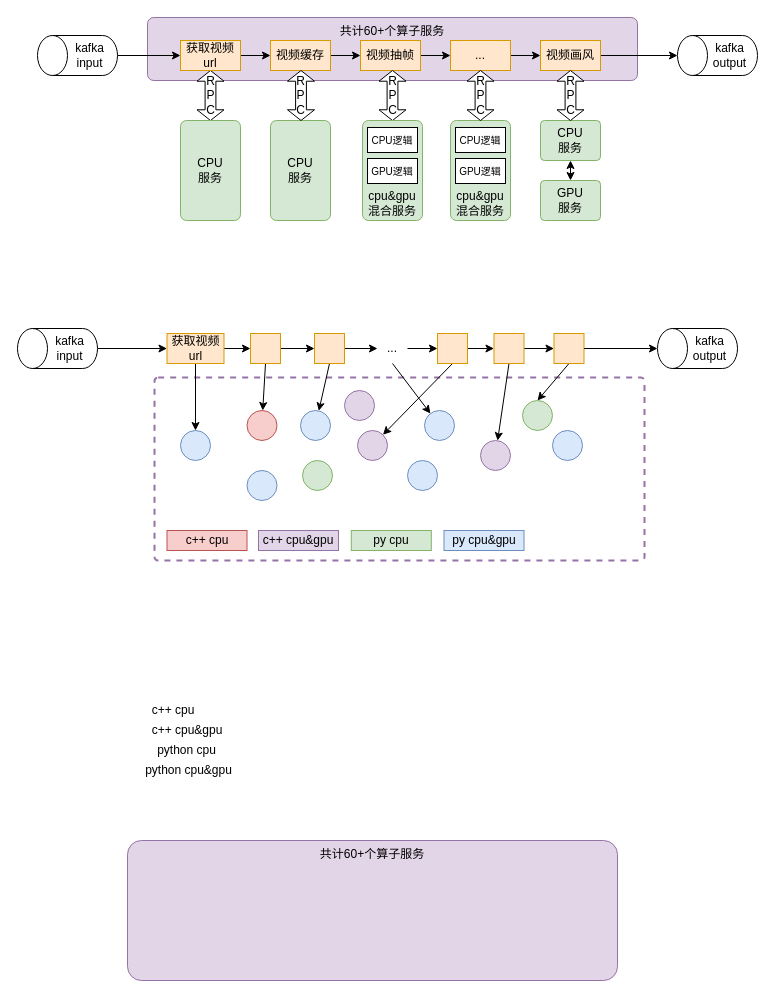
Earlier version of the draw.io diagram page "第 6 页" (6 of 7) of 视频理解架构.drawio (yantao006/draw_io). Source tidied: cells renumbered, new cells numbered last; positions are measured from the earlier drawing's top-left corner, leaving out a move shared by most shapes. Both pictures are drawn from the tidied source at 100%, with x=0, y=0 at pixel (17, 17).
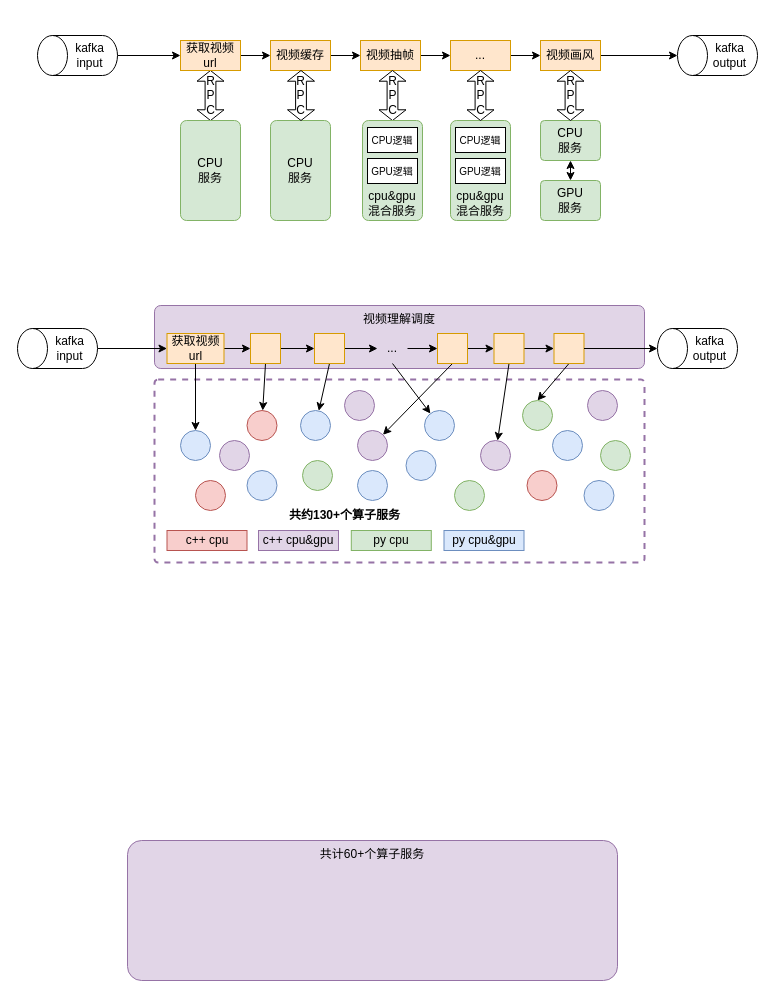
The same diagram, later.

Commit message:
更新视频理解架构.drawio

Change to the diagram source:
```diff
@@
     <mxCell id="2" style="rounded=1;whiteSpace=wrap;html=1;arcSize=2;fillColor=default;strokeColor=#9673a6;verticalAlign=top;dashed=1;strokeWidth=2;" parent="1" vertex="1">
-      <mxGeometry x="137" y="360" width="490" height="183" as="geometry" />
+      <mxGeometry x="137" y="362" width="490" height="183" as="geometry" />
     </mxCell>
-    <mxCell id="3" value="共计60+个算子服务" style="rounded=1;whiteSpace=wrap;html=1;arcSize=10;fillColor=#e1d5e7;strokeColor=#9673a6;verticalAlign=top;" parent="1" vertex="1">
-      <mxGeometry x="130" width="490" height="63" as="geometry" />
+    <mxCell id="3" value="视频理解调度" style="rounded=1;whiteSpace=wrap;html=1;arcSize=10;fillColor=#e1d5e7;strokeColor=#9673a6;verticalAlign=top;" parent="1" vertex="1">
+      <mxGeometry x="137" y="288" width="490" height="63" as="geometry" />
     </mxCell>
@@
-    <mxCell id="68" value="c++ cpu" style="text;html=1;align=center;verticalAlign=middle;whiteSpace=wrap;rounded=0;" parent="1" vertex="1">
-      <mxGeometry x="129.2" y="683" width="53.5" height="20" as="geometry" />
-    </mxCell>
-    <mxCell id="69" value="c++ cpu&amp;amp;gpu" style="text;html=1;align=center;verticalAlign=middle;whiteSpace=wrap;rounded=0;" parent="1" vertex="1">
-      <mxGeometry x="123.2" y="703" width="93.5" height="20" as="geometry" />
-    </mxCell>
-    <mxCell id="70" value="python cpu" style="text;html=1;align=center;verticalAlign=middle;whiteSpace=wrap;rounded=0;" parent="1" vertex="1">
-      <mxGeometry x="137" y="723" width="65" height="20" as="geometry" />
-    </mxCell>
-    <mxCell id="71" value="python cpu&amp;amp;gpu" style="text;html=1;align=center;verticalAlign=middle;whiteSpace=wrap;rounded=0;" parent="1" vertex="1">
-      <mxGeometry x="126.2" y="743" width="90.5" height="20" as="geometry" />
-    </mxCell>
@@
     <mxCell id="76" style="ellipse;whiteSpace=wrap;html=1;fillColor=#dae8fc;strokeColor=#6c8ebf;" parent="1" vertex="1">
-      <mxGeometry x="390" y="443" width="30" height="30" as="geometry" />
+      <mxGeometry x="388.5" y="433" width="30" height="30" as="geometry" />
     </mxCell>
@@
+    <mxCell id="80" style="ellipse;whiteSpace=wrap;html=1;fillColor=#f8cecc;strokeColor=#b85450;" parent="1" vertex="1">
+      <mxGeometry x="178" y="463" width="30" height="30" as="geometry" />
+    </mxCell>
+    <mxCell id="81" style="ellipse;whiteSpace=wrap;html=1;fillColor=#d5e8d4;strokeColor=#82b366;" parent="1" vertex="1">
+      <mxGeometry x="437" y="463" width="30" height="30" as="geometry" />
+    </mxCell>
+    <mxCell id="82" style="ellipse;whiteSpace=wrap;html=1;fillColor=#dae8fc;strokeColor=#6c8ebf;" parent="1" vertex="1">
+      <mxGeometry x="340" y="453" width="30" height="30" as="geometry" />
+    </mxCell>
+    <mxCell id="83" style="ellipse;whiteSpace=wrap;html=1;fillColor=#e1d5e7;strokeColor=#9673a6;" parent="1" vertex="1">
+      <mxGeometry x="202" y="423" width="30" height="30" as="geometry" />
+    </mxCell>
+    <mxCell id="84" style="ellipse;whiteSpace=wrap;html=1;fillColor=#f8cecc;strokeColor=#b85450;" parent="1" vertex="1">
+      <mxGeometry x="509.5" y="453" width="30" height="30" as="geometry" />
+    </mxCell>
+    <mxCell id="85" style="ellipse;whiteSpace=wrap;html=1;fillColor=#dae8fc;strokeColor=#6c8ebf;" parent="1" vertex="1">
+      <mxGeometry x="566.5" y="463" width="30" height="30" as="geometry" />
+    </mxCell>
+    <mxCell id="86" style="ellipse;whiteSpace=wrap;html=1;fillColor=#e1d5e7;strokeColor=#9673a6;" parent="1" vertex="1">
+      <mxGeometry x="570" y="373" width="30" height="30" as="geometry" />
+    </mxCell>
+    <mxCell id="87" style="ellipse;whiteSpace=wrap;html=1;fillColor=#d5e8d4;strokeColor=#82b366;" parent="1" vertex="1">
+      <mxGeometry x="583" y="423" width="30" height="30" as="geometry" />
+    </mxCell>
+    <mxCell id="88" value="&lt;b&gt;共约130+个算子服务&lt;/b&gt;" style="text;html=1;align=center;verticalAlign=middle;whiteSpace=wrap;rounded=0;" parent="1" vertex="1">
+      <mxGeometry x="267.2" y="483" width="121.2" height="30" as="geometry" />
+    </mxCell>
```
